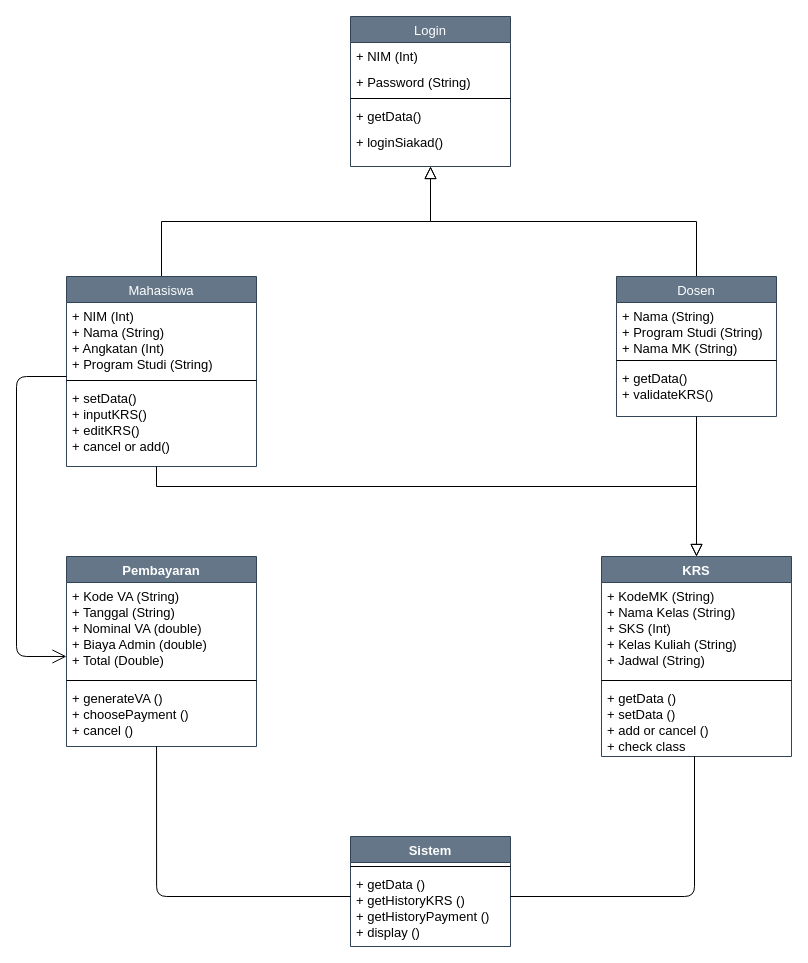
Above: class diagram.drawio in jscanjm/BelajarJava (draw.io), before the change. Source tidied: cells renumbered, new cells numbered last; positions are measured from the earlier drawing's top-left corner, leaving out a move shared by most shapes. Both pictures are drawn from the tidied source at 100%, with x=0, y=0 at pixel (16, 16).
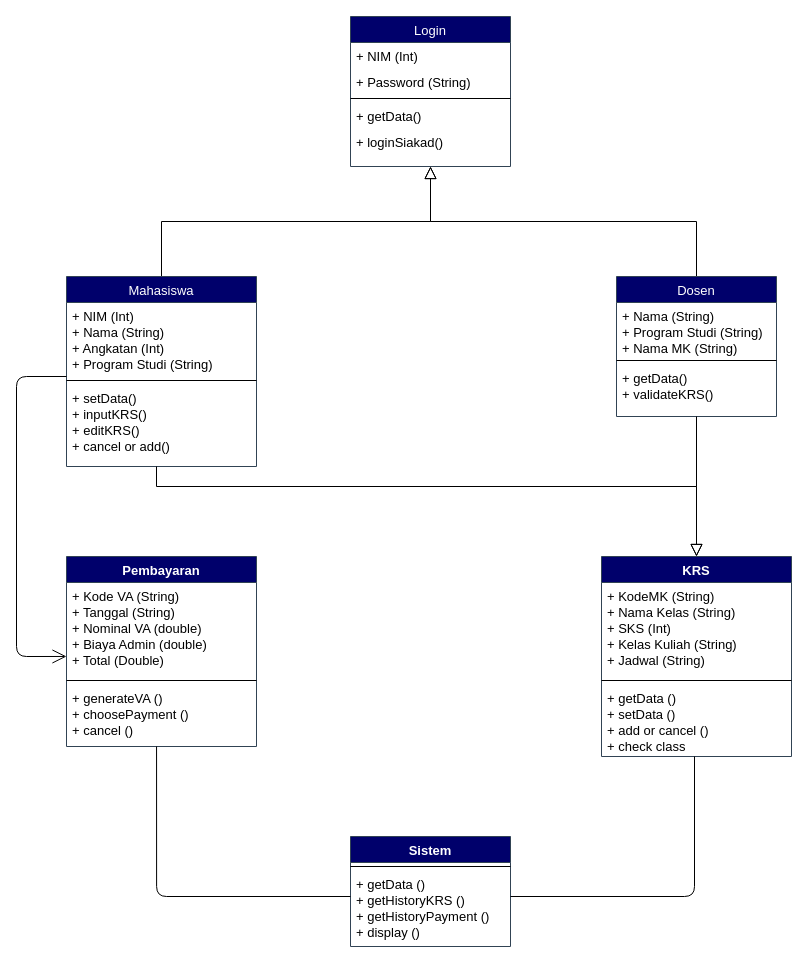
After the change.

The edit, as a diff of the source:
```diff
@@
-    <mxCell id="4" value="Login" style="swimlane;fontStyle=0;align=center;verticalAlign=top;horizontal=1;startSize=26;rounded=0;shadow=0;strokeWidth=1;fillColor=#647687;strokeColor=#314354;fontColor=#ffffff;fontSize=13;" parent="1" vertex="1">
+    <mxCell id="4" value="Login" style="swimlane;fontStyle=0;align=center;verticalAlign=top;horizontal=1;startSize=26;rounded=0;shadow=0;strokeWidth=1;strokeColor=#314354;fontColor=#ffffff;fontSize=13;fillColor=#00006B;" parent="1" vertex="1">
       <mxGeometry x="334" width="160" height="150" as="geometry" />
     </mxCell>
@@
-    <mxCell id="10" value="Dosen" style="swimlane;fontStyle=0;align=center;verticalAlign=top;horizontal=1;startSize=26;rounded=0;shadow=0;strokeWidth=1;fillColor=#647687;strokeColor=#314354;fontColor=#ffffff;fontSize=13;" parent="1" vertex="1">
+    <mxCell id="10" value="Dosen" style="swimlane;fontStyle=0;align=center;verticalAlign=top;horizontal=1;startSize=26;rounded=0;shadow=0;strokeWidth=1;strokeColor=#314354;fontColor=#ffffff;fontSize=13;fillColor=#00006B;" parent="1" vertex="1">
       <mxGeometry x="600" y="260" width="160" height="140" as="geometry" />
     </mxCell>
@@
-    <mxCell id="14" value="Mahasiswa" style="swimlane;fontStyle=0;align=center;verticalAlign=top;horizontal=1;startSize=26;rounded=0;shadow=0;strokeWidth=1;fillColor=#647687;strokeColor=#314354;fontColor=#ffffff;fontSize=13;" parent="1" vertex="1">
+    <mxCell id="14" value="Mahasiswa" style="swimlane;fontStyle=0;align=center;verticalAlign=top;horizontal=1;startSize=26;rounded=0;shadow=0;strokeWidth=1;strokeColor=#314354;fontColor=#ffffff;fontSize=13;fillColor=#00006B;" parent="1" vertex="1">
       <mxGeometry x="50" y="260" width="190" height="190" as="geometry" />
     </mxCell>
@@
-    <mxCell id="18" value="Pembayaran" style="swimlane;fontStyle=1;align=center;verticalAlign=top;horizontal=1;startSize=26;fillColor=#647687;strokeColor=#314354;fontColor=#ffffff;fontSize=13;" parent="1" vertex="1">
+    <mxCell id="18" value="Pembayaran" style="swimlane;fontStyle=1;align=center;verticalAlign=top;horizontal=1;startSize=26;strokeColor=#314354;fontColor=#ffffff;fontSize=13;fillColor=#00006B;" parent="1" vertex="1">
       <mxGeometry x="50" y="540" width="190" height="190" as="geometry" />
     </mxCell>
@@
-    <mxCell id="22" value="KRS" style="swimlane;fontStyle=1;align=center;verticalAlign=top;horizontal=1;startSize=26;fillColor=#647687;strokeColor=#314354;fontColor=#ffffff;fontSize=13;" parent="1" vertex="1">
+    <mxCell id="22" value="KRS" style="swimlane;fontStyle=1;align=center;verticalAlign=top;horizontal=1;startSize=26;strokeColor=#314354;fontColor=#ffffff;fontSize=13;fillColor=#00006B;" parent="1" vertex="1">
       <mxGeometry x="585" y="540" width="190" height="200" as="geometry" />
     </mxCell>
@@
-    <mxCell id="26" value="Sistem" style="swimlane;fontStyle=1;align=center;verticalAlign=top;horizontal=1;startSize=26;fillColor=#647687;strokeColor=#314354;fontColor=#ffffff;fontSize=13;" parent="1" vertex="1">
+    <mxCell id="26" value="Sistem" style="swimlane;fontStyle=1;align=center;verticalAlign=top;horizontal=1;startSize=26;strokeColor=#314354;fontColor=#ffffff;fontSize=13;fillColor=#00006B;" parent="1" vertex="1">
       <mxGeometry x="334" y="820" width="160" height="110" as="geometry" />
     </mxCell>
```
